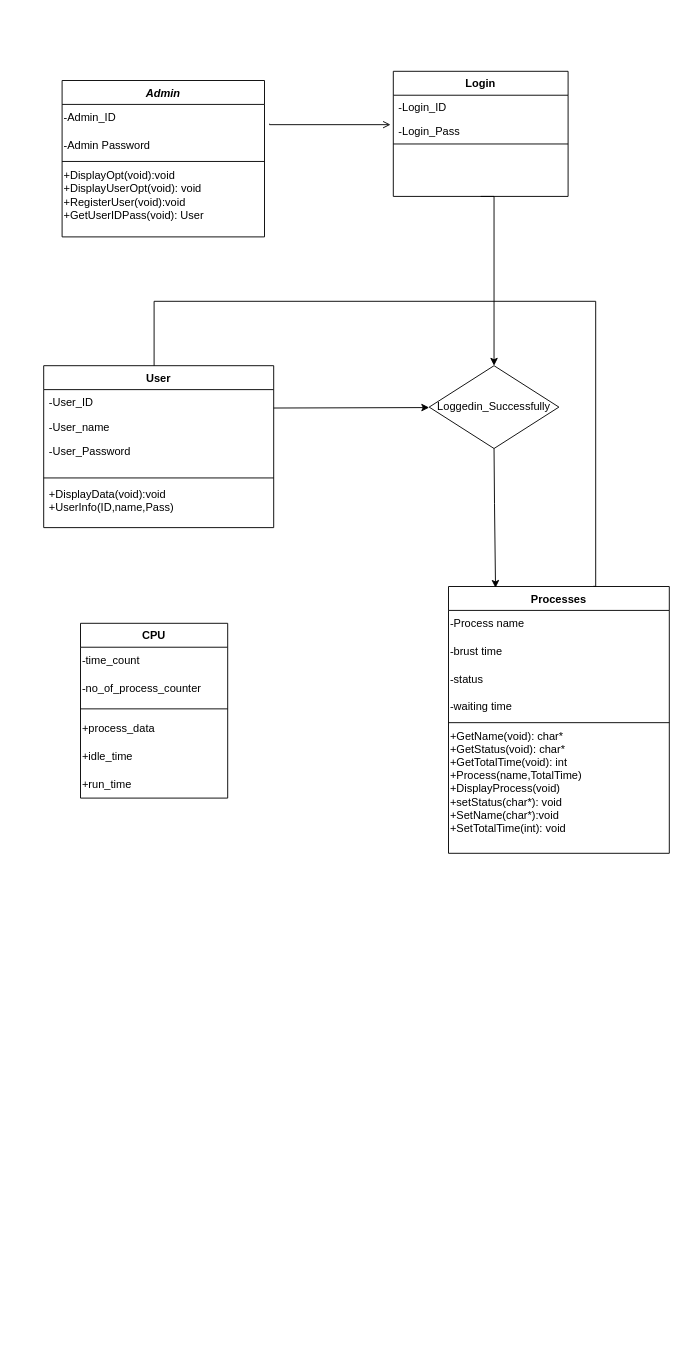
The draw.io diagram Untitled Diagram.drawio in Shivmalge/USA-Residential-House-Price-Prediction, before the edit. Source tidied: cells renumbered, new cells numbered last; positions are measured from the earlier drawing's top-left corner, leaving out a move shared by most shapes. Both pictures are drawn from the tidied source at 92%, with x=0, y=0 at pixel (43, 71).
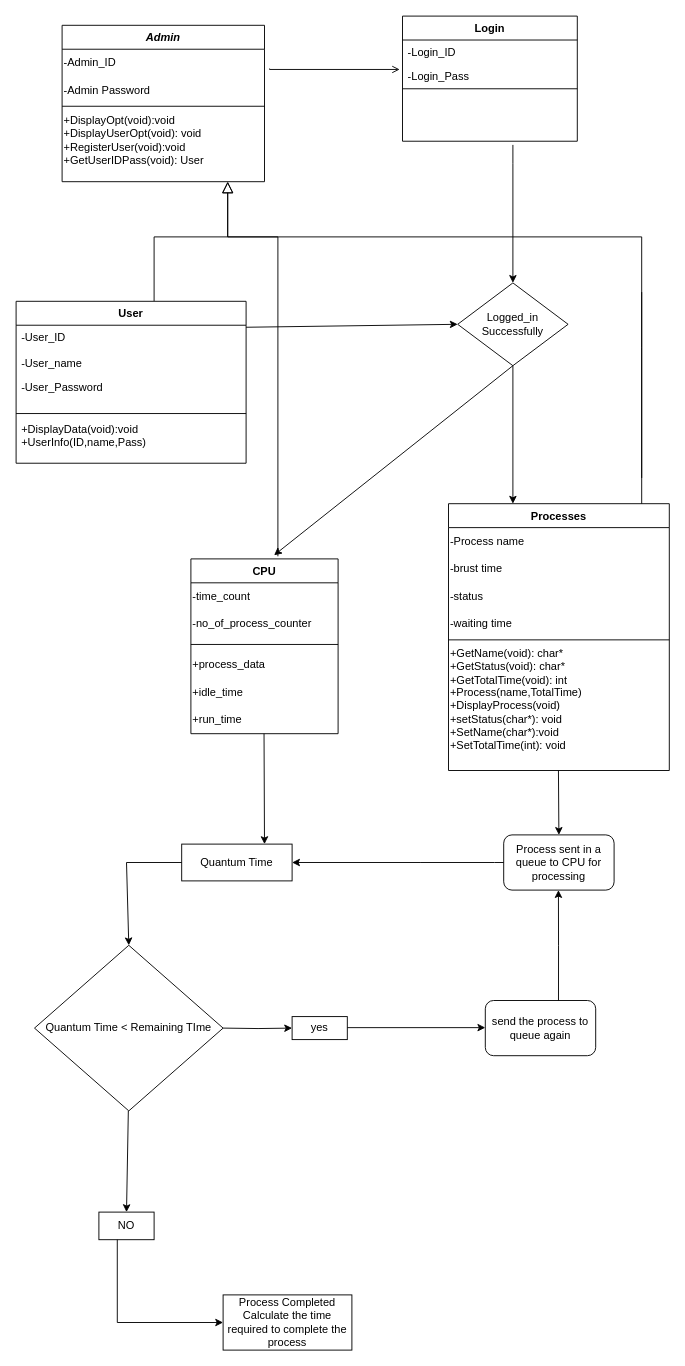
The same diagram, later.

Change to the diagram source:
```diff
@@
     <mxCell id="2" value="Admin" style="swimlane;fontStyle=3;align=center;verticalAlign=top;horizontal=1;startSize=26;rounded=0;shadow=0;strokeWidth=1;" parent="1" vertex="1">
-      <mxGeometry x="20" y="10" width="220" height="170" as="geometry" />
+      <mxGeometry x="20" y="-50" width="220" height="170" as="geometry" />
     </mxCell>
@@
     <mxCell id="8" value="Login" style="swimlane;fontStyle=1;align=center;verticalAlign=top;horizontal=1;startSize=26;rounded=0;shadow=0;strokeWidth=1;" parent="1" vertex="1">
-      <mxGeometry x="380" width="190" height="136" as="geometry" />
+      <mxGeometry x="390" y="-60" width="190" height="136" as="geometry" />
     </mxCell>
@@
-    <mxCell id="12" value="User" style="swimlane;fontStyle=1;align=center;verticalAlign=top;horizontal=1;startSize=26;rounded=0;shadow=0;strokeWidth=1;" parent="1" vertex="1">
-      <mxGeometry y="320" width="250" height="176" as="geometry" />
-    </mxCell>
-    <mxCell id="13" value="-User_ID&#10;&#10;-User_name" style="text;align=left;verticalAlign=top;spacingLeft=4;spacingRight=4;overflow=hidden;points=[[0,0.5],[1,0.5]];portConstraint=eastwest;" parent="12" vertex="1">
-      <mxGeometry y="26" width="250" height="54" as="geometry" />
-    </mxCell>
-    <mxCell id="14" value="-User_Password" style="text;align=left;verticalAlign=top;spacingLeft=4;spacingRight=4;overflow=hidden;rounded=0;shadow=0;html=0;" parent="12" vertex="1">
-      <mxGeometry y="80" width="250" height="38" as="geometry" />
-    </mxCell>
-    <mxCell id="15" style="line;html=1;strokeWidth=1;align=left;verticalAlign=middle;spacingTop=-1;spacingLeft=3;spacingRight=3;labelPosition=right;" parent="12" vertex="1">
-      <mxGeometry y="118" width="250" height="8" as="geometry" />
-    </mxCell>
-    <mxCell id="16" value="+DisplayData(void):void&#10;+UserInfo(ID,name,Pass)" style="text;align=left;verticalAlign=top;spacingLeft=4;spacingRight=4;overflow=hidden;" parent="12" vertex="1">
-      <mxGeometry y="126" width="250" height="50" as="geometry" />
-    </mxCell>
     <mxCell id="17" value="CPU" style="swimlane;fontStyle=1;align=center;verticalAlign=top;horizontal=1;startSize=26;rounded=0;shadow=0;strokeWidth=1;" parent="1" vertex="1">
-      <mxGeometry x="40" y="600" width="160" height="190" as="geometry" />
+      <mxGeometry x="160" y="530" width="160" height="190" as="geometry" />
     </mxCell>
@@
-    <mxCell id="25" value="Loggedin_Successfully" style="rhombus;whiteSpace=wrap;html=1;" parent="1" vertex="1">
-      <mxGeometry x="419" y="320" width="141" height="90" as="geometry" />
-    </mxCell>
-    <mxCell id="26" style="endArrow=classic;html=1;rounded=0;entryX=0;entryY=0.5;entryDx=0;entryDy=0;" parent="1" edge="1">
-      <mxGeometry relative="1" as="geometry">
-        <mxPoint x="250" y="366" as="sourcePoint" />
-        <mxPoint x="419" y="365.5" as="targetPoint" />
-      </mxGeometry>
+    <mxCell id="26" style="endArrow=classic;html=1;rounded=0;entryX=0;entryY=0.5;entryDx=0;entryDy=0;exitX=1;exitY=0.041;exitDx=0;exitDy=0;exitPerimeter=0;" parent="1" edge="1" source="13" target="42">
+      <mxGeometry relative="1" as="geometry" />
     </mxCell>
     <mxCell id="27" value="Processes" style="swimlane;fontStyle=1;align=center;verticalAlign=top;horizontal=1;startSize=26;rounded=0;shadow=0;strokeWidth=1;" parent="1" vertex="1">
-      <mxGeometry x="440" y="560" width="240" height="290" as="geometry" />
+      <mxGeometry x="440" y="470" width="240" height="290" as="geometry" />
     </mxCell>
@@
-    <mxCell id="34" style="endArrow=classic;html=1;rounded=0;exitX=0.5;exitY=1;exitDx=0;exitDy=0;entryX=0.213;entryY=0.005;entryDx=0;entryDy=0;entryPerimeter=0;" parent="1" edge="1" source="25" target="27">
+    <mxCell id="34" style="endArrow=classic;html=1;rounded=0;exitX=0.5;exitY=1;exitDx=0;exitDy=0;" parent="1" edge="1" source="42">
       <mxGeometry relative="1" as="geometry">
+        <mxPoint x="510" y="470" as="targetPoint" />
         <Array as="points">
-          <mxPoint x="490" y="470" />
+          <mxPoint x="510" y="470" />
         </Array>
       </mxGeometry>
     </mxCell>
-    <mxCell id="35" style="edgeStyle=orthogonalEdgeStyle;rounded=0;jettySize=auto;html=1;exitX=0.5;exitY=1;exitDx=0;exitDy=0;" parent="1" edge="1" source="8">
-      <mxGeometry relative="1" as="geometry">
-        <mxPoint x="489.5" y="320" as="targetPoint" />
-        <Array as="points">
-          <mxPoint x="490" y="136" />
-        </Array>
-      </mxGeometry>
-    </mxCell>
     <mxCell id="36" style="endArrow=none;html=1;rounded=0;" parent="1" edge="1">
       <mxGeometry relative="1" as="geometry">
-        <mxPoint x="120" y="320" as="sourcePoint" />
+        <mxPoint x="120" y="180" as="sourcePoint" />
         <mxPoint x="120" y="250" as="targetPoint" />
       </mxGeometry>
     </mxCell>
-    <mxCell id="37" style="endArrow=none;html=1;rounded=0;" parent="1" edge="1">
-      <mxGeometry relative="1" as="geometry">
-        <mxPoint x="120" y="250" as="sourcePoint" />
-        <mxPoint x="600" y="250" as="targetPoint" />
-      </mxGeometry>
-    </mxCell>
-    <mxCell id="38" style="endArrow=none;html=1;rounded=0;exitX=0.657;exitY=-0.001;exitDx=0;exitDy=0;exitPerimeter=0;" parent="1" edge="1" source="27">
+    <mxCell id="38" style="endArrow=none;html=1;rounded=0;" parent="1" edge="1">
       <mxGeometry relative="1" as="geometry">
-        <mxPoint x="600" y="250" as="targetPoint" />
+        <mxPoint x="650" y="470" as="sourcePoint" />
+        <mxPoint x="650" y="240" as="targetPoint" />
         <Array as="points">
-          <mxPoint x="600" y="560" />
+          <mxPoint x="650" y="470" />
+          <mxPoint x="650" y="300" />
         </Array>
       </mxGeometry>
     </mxCell>
+    <mxCell id="39" style="edgeStyle=orthogonalEdgeStyle;rounded=0;orthogonalLoop=1;jettySize=auto;html=1;" parent="1" edge="1">
+      <mxGeometry relative="1" as="geometry">
+        <mxPoint x="170" y="860" as="sourcePoint" />
+        <mxPoint x="170" y="860" as="targetPoint" />
+      </mxGeometry>
+    </mxCell>
+    <mxCell id="40" value="Quantum Time" style="rounded=0;whiteSpace=wrap;html=1;" parent="1" vertex="1">
+      <mxGeometry x="150" y="840" width="120" height="40" as="geometry" />
+    </mxCell>
+    <mxCell id="41" style="endArrow=classic;html=1;rounded=0;entryX=0.75;entryY=0;entryDx=0;entryDy=0;" parent="1" edge="1" target="40">
+      <mxGeometry relative="1" as="geometry">
+        <mxPoint x="239.5" y="720" as="sourcePoint" />
+      </mxGeometry>
+    </mxCell>
+    <mxCell id="42" value="Logged_in&lt;br&gt;Successfully" style="rhombus;whiteSpace=wrap;html=1;" parent="1" vertex="1">
+      <mxGeometry x="450" y="230" width="120" height="90" as="geometry" />
+    </mxCell>
+    <mxCell id="43" style="endArrow=classic;html=1;rounded=0;exitX=0.5;exitY=1;exitDx=0;exitDy=0;entryX=0.565;entryY=-0.021;entryDx=0;entryDy=0;entryPerimeter=0;" parent="1" edge="1" source="42" target="17">
+      <mxGeometry relative="1" as="geometry" />
+    </mxCell>
+    <mxCell id="44" value="Process sent in a queue to CPU for processing" style="rounded=1;whiteSpace=wrap;html=1;" parent="1" vertex="1">
+      <mxGeometry x="500" y="830" width="120" height="60" as="geometry" />
+    </mxCell>
+    <mxCell id="12" value="User" style="swimlane;fontStyle=1;align=center;verticalAlign=top;horizontal=1;startSize=26;rounded=0;shadow=0;strokeWidth=1;" parent="1" vertex="1">
+      <mxGeometry x="-30" y="250" width="250" height="176" as="geometry" />
+    </mxCell>
+    <mxCell id="13" value="-User_ID&#10;&#10;-User_name" style="text;align=left;verticalAlign=top;spacingLeft=4;spacingRight=4;overflow=hidden;points=[[0,0.5],[1,0.5]];portConstraint=eastwest;" parent="12" vertex="1">
+      <mxGeometry y="26" width="250" height="54" as="geometry" />
+    </mxCell>
+    <mxCell id="14" value="-User_Password" style="text;align=left;verticalAlign=top;spacingLeft=4;spacingRight=4;overflow=hidden;rounded=0;shadow=0;html=0;" parent="12" vertex="1">
+      <mxGeometry y="80" width="250" height="38" as="geometry" />
+    </mxCell>
+    <mxCell id="15" style="line;html=1;strokeWidth=1;align=left;verticalAlign=middle;spacingTop=-1;spacingLeft=3;spacingRight=3;labelPosition=right;" parent="12" vertex="1">
+      <mxGeometry y="118" width="250" height="8" as="geometry" />
+    </mxCell>
+    <mxCell id="16" value="+DisplayData(void):void&#10;+UserInfo(ID,name,Pass)" style="text;align=left;verticalAlign=top;spacingLeft=4;spacingRight=4;overflow=hidden;" parent="12" vertex="1">
+      <mxGeometry y="126" width="250" height="50" as="geometry" />
+    </mxCell>
+    <mxCell id="45" style="endArrow=classic;html=1;rounded=0;" parent="1" edge="1">
+      <mxGeometry relative="1" as="geometry">
+        <mxPoint x="559.5" y="760" as="sourcePoint" />
+        <mxPoint x="560" y="830" as="targetPoint" />
+      </mxGeometry>
+    </mxCell>
+    <mxCell id="46" style="endArrow=classic;html=1;rounded=0;exitX=0;exitY=0.5;exitDx=0;exitDy=0;entryX=1;entryY=0.5;entryDx=0;entryDy=0;" parent="1" edge="1" source="44" target="40">
+      <mxGeometry relative="1" as="geometry">
+        <Array as="points">
+          <mxPoint x="490" y="860" />
+          <mxPoint x="410" y="860" />
+        </Array>
+      </mxGeometry>
+    </mxCell>
+    <mxCell id="47" value="Quantum Time &amp;lt; Remaining TIme" style="rhombus;whiteSpace=wrap;html=1;" parent="1" vertex="1">
+      <mxGeometry x="-10" y="950" width="205" height="180" as="geometry" />
+    </mxCell>
+    <mxCell id="48" style="endArrow=classic;html=1;rounded=0;exitX=0;exitY=0.5;exitDx=0;exitDy=0;entryX=0.5;entryY=0;entryDx=0;entryDy=0;" parent="1" edge="1" source="40" target="47">
+      <mxGeometry relative="1" as="geometry">
+        <Array as="points">
+          <mxPoint x="90" y="860" />
+        </Array>
+      </mxGeometry>
+    </mxCell>
+    <mxCell id="49" style="endArrow=block;endSize=10;endFill=0;shadow=0;strokeWidth=1;rounded=0;edgeStyle=elbowEdgeStyle;elbow=vertical;" parent="1" edge="1">
+      <mxGeometry relative="1" as="geometry">
+        <mxPoint x="650" y="442" as="sourcePoint" />
+        <mxPoint x="200" y="120" as="targetPoint" />
+        <Array as="points">
+          <mxPoint x="460" y="180" />
+          <mxPoint x="380" y="190" />
+        </Array>
+      </mxGeometry>
+    </mxCell>
+    <mxCell id="50" style="line;strokeWidth=1;fillColor=none;align=left;verticalAlign=middle;spacingTop=-1;spacingLeft=3;spacingRight=3;labelPosition=right;strokeColor=inherit;" parent="1" vertex="1">
+      <mxGeometry x="120" y="150" width="80" height="60" as="geometry" />
+    </mxCell>
+    <mxCell id="51" style="edgeStyle=orthogonalEdgeStyle;rounded=0;orthogonalLoop=1;jettySize=auto;html=1;" parent="1" edge="1">
+      <mxGeometry relative="1" as="geometry">
+        <mxPoint x="510" y="80" as="sourcePoint" />
+        <mxPoint x="510" y="230" as="targetPoint" />
+        <Array as="points">
+          <mxPoint x="510" y="100" />
+        </Array>
+      </mxGeometry>
+    </mxCell>
+    <mxCell id="52" value="yes" style="rounded=0;whiteSpace=wrap;html=1;" parent="1" vertex="1">
+      <mxGeometry x="270" y="1027.5" width="60" height="25" as="geometry" />
+    </mxCell>
+    <mxCell id="53" style="edgeStyle=orthogonalEdgeStyle;rounded=0;jettySize=auto;html=1;exitX=1;exitY=0.5;exitDx=0;exitDy=0;entryX=0;entryY=0.5;entryDx=0;entryDy=0;" parent="1" edge="1" target="52">
+      <mxGeometry relative="1" as="geometry">
+        <mxPoint x="195" y="1040" as="sourcePoint" />
+      </mxGeometry>
+    </mxCell>
+    <mxCell id="54" value="send the process to queue again" style="rounded=1;whiteSpace=wrap;html=1;" parent="1" vertex="1">
+      <mxGeometry x="480" y="1010" width="120" height="60" as="geometry" />
+    </mxCell>
+    <mxCell id="55" style="edgeStyle=orthogonalEdgeStyle;rounded=0;orthogonalLoop=1;jettySize=auto;html=1;exitX=1;exitY=0.5;exitDx=0;exitDy=0;entryX=0;entryY=0.5;entryDx=0;entryDy=0;" parent="1" edge="1">
+      <mxGeometry relative="1" as="geometry">
+        <mxPoint x="330" y="1039.5" as="sourcePoint" />
+        <mxPoint x="480" y="1039.5" as="targetPoint" />
+      </mxGeometry>
+    </mxCell>
+    <mxCell id="56" style="edgeStyle=orthogonalEdgeStyle;rounded=0;jettySize=auto;html=1;exitX=0.663;exitY=0;exitDx=0;exitDy=0;exitPerimeter=0;" parent="1" edge="1" source="54">
+      <mxGeometry relative="1" as="geometry">
+        <mxPoint x="559.5" y="890" as="targetPoint" />
+      </mxGeometry>
+    </mxCell>
+    <mxCell id="57" value="Process Completed&lt;br&gt;Calculate the time required to complete the process" style="rounded=0;whiteSpace=wrap;html=1;" parent="1" vertex="1">
+      <mxGeometry x="195" y="1330" width="140" height="60" as="geometry" />
+    </mxCell>
+    <mxCell id="58" value="NO" style="rounded=0;whiteSpace=wrap;html=1;" parent="1" vertex="1">
+      <mxGeometry x="60" y="1240" width="60" height="30" as="geometry" />
+    </mxCell>
+    <mxCell id="59" style="endArrow=classic;html=1;rounded=0;exitX=0.5;exitY=1;exitDx=0;exitDy=0;entryX=0.5;entryY=0;entryDx=0;entryDy=0;" parent="1" edge="1" target="58">
+      <mxGeometry relative="1" as="geometry">
+        <mxPoint x="92" y="1130" as="sourcePoint" />
+      </mxGeometry>
+    </mxCell>
+    <mxCell id="60" style="endArrow=classic;html=1;rounded=0;entryX=0;entryY=0.5;entryDx=0;entryDy=0;exitX=0.333;exitY=1;exitDx=0;exitDy=0;exitPerimeter=0;" parent="1" edge="1" source="58">
+      <mxGeometry relative="1" as="geometry">
+        <mxPoint x="195" y="1360" as="targetPoint" />
+        <Array as="points">
+          <mxPoint x="80" y="1360" />
+        </Array>
+      </mxGeometry>
+    </mxCell>
+    <mxCell id="61" style="endArrow=block;endSize=10;endFill=0;shadow=0;strokeWidth=1;rounded=0;edgeStyle=elbowEdgeStyle;elbow=vertical;exitX=0.591;exitY=-0.015;exitDx=0;exitDy=0;entryX=0.5;entryY=1;entryDx=0;entryDy=0;exitPerimeter=0;" parent="1" edge="1" source="17">
+      <mxGeometry relative="1" as="geometry">
+        <mxPoint x="200" y="120" as="targetPoint" />
+        <Array as="points">
+          <mxPoint x="230" y="180" />
+          <mxPoint x="270" y="190" />
+        </Array>
+      </mxGeometry>
+    </mxCell>
```
